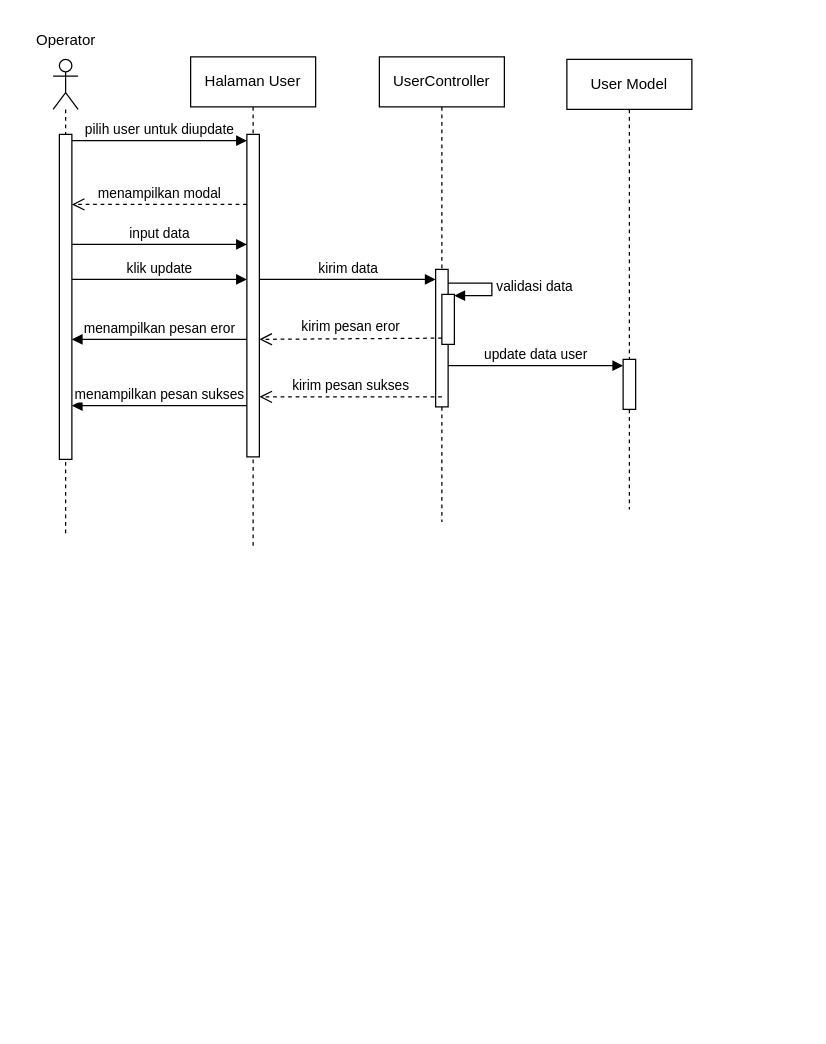
Before: page "Page-2" (2 of 6) of sequence diagram tambah data user.drawio in zzarr/Tugas-Akhir, a draw.io diagram. Source tidied: cells renumbered, new cells numbered last; positions are measured from the earlier drawing's top-left corner, leaving out a move shared by most shapes. Both pictures are drawn from the tidied source at 125%, with x=0, y=0 at pixel (21, 21).
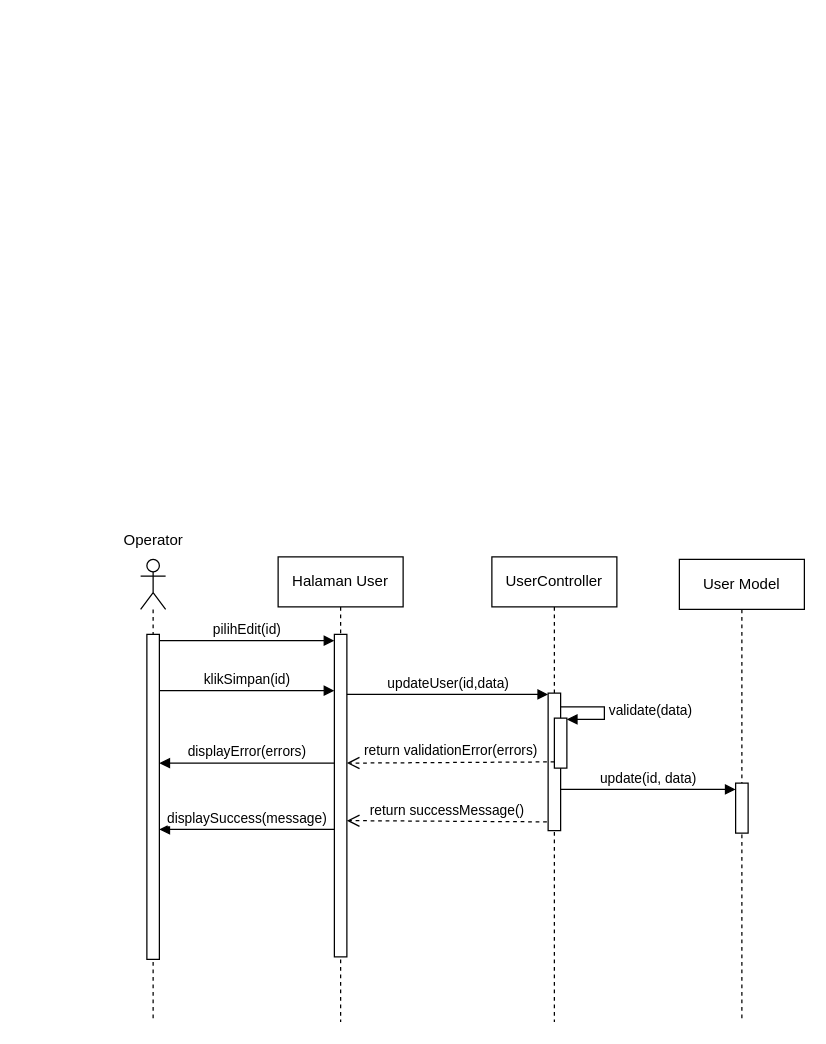
After the change.

The change refers to these unchanged cells:
```xml
<mxCell id="3" style="html=1;points=[[0,0,0,0,5],[0,1,0,0,-5],[1,0,0,0,5],[1,1,0,0,-5]];perimeter=orthogonalPerimeter;outlineConnect=0;targetShapes=umlLifeline;portConstraint=eastwest;newEdgeStyle={&quot;curved&quot;:0,&quot;rounded&quot;:0};" parent="2" vertex="1">
  <mxGeometry x="45" y="62" width="10" height="258" as="geometry" />
</mxCell>
```

Change to the diagram source:
```diff
@@
     <mxCell id="2" value="Halaman User" style="shape=umlLifeline;perimeter=lifelinePerimeter;whiteSpace=wrap;html=1;newEdgeStyle={&quot;edgeStyle&quot;:&quot;elbowEdgeStyle&quot;,&quot;elbow&quot;:&quot;vertical&quot;,&quot;curved&quot;:0,&quot;rounded&quot;:0};" parent="1" vertex="1">
-      <mxGeometry x="135" y="28" width="100" height="392" as="geometry" />
+      <mxGeometry x="205" y="428" width="100" height="372" as="geometry" />
     </mxCell>
@@
     <mxCell id="4" value="UserController" style="shape=umlLifeline;perimeter=lifelinePerimeter;whiteSpace=wrap;html=1;newEdgeStyle={&quot;edgeStyle&quot;:&quot;elbowEdgeStyle&quot;,&quot;elbow&quot;:&quot;vertical&quot;,&quot;curved&quot;:0,&quot;rounded&quot;:0};" parent="1" vertex="1">
-      <mxGeometry x="286" y="28" width="100" height="372" as="geometry" />
+      <mxGeometry x="376" y="428" width="100" height="372" as="geometry" />
     </mxCell>
-    <mxCell id="5" style="html=1;points=[];perimeter=orthogonalPerimeter;outlineConnect=0;targetShapes=umlLifeline;portConstraint=eastwest;newEdgeStyle={&quot;edgeStyle&quot;:&quot;elbowEdgeStyle&quot;,&quot;elbow&quot;:&quot;vertical&quot;,&quot;curved&quot;:0,&quot;rounded&quot;:0};" parent="4" vertex="1">
-      <mxGeometry x="45" y="170" width="10" height="110" as="geometry" />
-    </mxCell>
-    <mxCell id="6" style="html=1;points=[[0,0,0,0,5],[0,1,0,0,-5],[1,0,0,0,5],[1,1,0,0,-5]];perimeter=orthogonalPerimeter;outlineConnect=0;targetShapes=umlLifeline;portConstraint=eastwest;newEdgeStyle={&quot;curved&quot;:0,&quot;rounded&quot;:0};" parent="4" vertex="1">
-      <mxGeometry x="50" y="190" width="10" height="40" as="geometry" />
-    </mxCell>
-    <mxCell id="7" value="validasi data" style="html=1;align=left;spacingLeft=2;endArrow=block;rounded=0;edgeStyle=orthogonalEdgeStyle;curved=0;rounded=0;" parent="4" edge="1">
-      <mxGeometry relative="1" as="geometry">
-        <mxPoint x="55" y="181" as="sourcePoint" />
-        <mxPoint x="60" y="191" as="targetPoint" />
-        <Array as="points">
-          <mxPoint x="90" y="181" />
-          <mxPoint x="90" y="191" />
-        </Array>
-      </mxGeometry>
-    </mxCell>
-    <mxCell id="8" style="shape=umlLifeline;perimeter=lifelinePerimeter;whiteSpace=wrap;html=1;newEdgeStyle={&quot;curved&quot;:0,&quot;rounded&quot;:0};participant=umlActor;" parent="1" vertex="1">
-      <mxGeometry x="25" y="30" width="20" height="380" as="geometry" />
-    </mxCell>
+    <mxCell id="23" style="html=1;points=[];perimeter=orthogonalPerimeter;outlineConnect=0;targetShapes=umlLifeline;portConstraint=eastwest;newEdgeStyle={&quot;edgeStyle&quot;:&quot;elbowEdgeStyle&quot;,&quot;elbow&quot;:&quot;vertical&quot;,&quot;curved&quot;:0,&quot;rounded&quot;:0};" parent="4" vertex="1">
+      <mxGeometry x="45" y="109" width="10" height="110" as="geometry" />
+    </mxCell>
+    <mxCell id="24" style="html=1;points=[[0,0,0,0,5],[0,1,0,0,-5],[1,0,0,0,5],[1,1,0,0,-5]];perimeter=orthogonalPerimeter;outlineConnect=0;targetShapes=umlLifeline;portConstraint=eastwest;newEdgeStyle={&quot;curved&quot;:0,&quot;rounded&quot;:0};" parent="4" vertex="1">
+      <mxGeometry x="50" y="129" width="10" height="40" as="geometry" />
+    </mxCell>
+    <mxCell id="25" value="validate(data)" style="html=1;align=left;spacingLeft=2;endArrow=block;rounded=0;edgeStyle=orthogonalEdgeStyle;curved=0;rounded=0;" parent="4" edge="1">
+      <mxGeometry relative="1" as="geometry">
+        <mxPoint x="55" y="120" as="sourcePoint" />
+        <mxPoint x="60" y="130" as="targetPoint" />
+        <Array as="points">
+          <mxPoint x="90" y="120" />
+          <mxPoint x="90" y="130" />
+        </Array>
+      </mxGeometry>
+    </mxCell>
+    <mxCell id="26" style="shape=umlLifeline;perimeter=lifelinePerimeter;whiteSpace=wrap;html=1;newEdgeStyle={&quot;curved&quot;:0,&quot;rounded&quot;:0};participant=umlActor;" parent="1" vertex="1">
+      <mxGeometry x="95" y="430" width="20" height="370" as="geometry" />
+    </mxCell>
-    <mxCell id="9" style="html=1;points=[[0,0,0,0,5],[0,1,0,0,-5],[1,0,0,0,5],[1,1,0,0,-5]];perimeter=orthogonalPerimeter;outlineConnect=0;targetShapes=umlLifeline;portConstraint=eastwest;newEdgeStyle={&quot;curved&quot;:0,&quot;rounded&quot;:0};" parent="8" vertex="1">
+    <mxCell id="9" style="html=1;points=[[0,0,0,0,5],[0,1,0,0,-5],[1,0,0,0,5],[1,1,0,0,-5]];perimeter=orthogonalPerimeter;outlineConnect=0;targetShapes=umlLifeline;portConstraint=eastwest;newEdgeStyle={&quot;curved&quot;:0,&quot;rounded&quot;:0};" parent="26" vertex="1">
       <mxGeometry x="5" y="60" width="10" height="260" as="geometry" />
     </mxCell>
     <mxCell id="10" value="Operator" style="text;html=1;align=center;verticalAlign=middle;strokeColor=none;fillColor=none;" parent="1" vertex="1">
-      <mxGeometry width="70" height="30" as="geometry" />
+      <mxGeometry x="70" y="400" width="70" height="30" as="geometry" />
     </mxCell>
-    <mxCell id="11" value="pilih user untuk diupdate" style="html=1;verticalAlign=bottom;endArrow=block;curved=0;rounded=0;entryX=0;entryY=0;entryDx=0;entryDy=5;" parent="1" edge="1" source="9" target="3">
+    <mxCell id="11" value="pilihEdit(id)" style="html=1;verticalAlign=bottom;endArrow=block;curved=0;rounded=0;entryX=0;entryY=0;entryDx=0;entryDy=5;" parent="1" edge="1" source="9" target="3">
       <mxGeometry relative="1" as="geometry" />
     </mxCell>
-    <mxCell id="12" value="menampilkan modal" style="html=1;verticalAlign=bottom;endArrow=open;dashed=1;endSize=8;curved=0;rounded=0;exitX=0;exitY=1;exitDx=0;exitDy=-5;exitPerimeter=0;" parent="1" edge="1" target="9">
-      <mxGeometry relative="1" as="geometry">
-        <mxPoint x="180" y="146" as="sourcePoint" />
-      </mxGeometry>
-    </mxCell>
-    <mxCell id="13" value="input data" style="html=1;verticalAlign=bottom;endArrow=block;curved=0;rounded=0;" parent="1" edge="1" source="9">
-      <mxGeometry relative="1" as="geometry">
-        <mxPoint x="180" y="178" as="targetPoint" />
-      </mxGeometry>
-    </mxCell>
-    <mxCell id="14" value="klik update" style="html=1;verticalAlign=bottom;endArrow=block;curved=0;rounded=0;" parent="1" edge="1" source="9">
-      <mxGeometry relative="1" as="geometry">
-        <mxPoint x="180" y="206" as="targetPoint" />
-      </mxGeometry>
-    </mxCell>
-    <mxCell id="15" value="kirim data" style="html=1;verticalAlign=bottom;endArrow=block;curved=0;rounded=0;" parent="1" edge="1">
-      <mxGeometry relative="1" as="geometry">
-        <mxPoint x="190" y="206" as="sourcePoint" />
-        <mxPoint x="331" y="206" as="targetPoint" />
-      </mxGeometry>
-    </mxCell>
-    <mxCell id="16" value="kirim pesan eror" style="html=1;verticalAlign=bottom;endArrow=open;dashed=1;endSize=8;curved=0;rounded=0;exitX=0;exitY=1;exitDx=0;exitDy=-5;exitPerimeter=0;" parent="1" edge="1" source="6">
-      <mxGeometry relative="1" as="geometry">
-        <mxPoint x="190" y="254" as="targetPoint" />
-      </mxGeometry>
-    </mxCell>
-    <mxCell id="17" value="menampilkan pesan eror" style="html=1;verticalAlign=bottom;endArrow=block;curved=0;rounded=0;" parent="1" edge="1" target="9">
-      <mxGeometry relative="1" as="geometry">
-        <mxPoint x="180" y="254" as="sourcePoint" />
-      </mxGeometry>
-    </mxCell>
+    <mxCell id="27" value="klikSimpan(id)" style="html=1;verticalAlign=bottom;endArrow=block;curved=0;rounded=0;" parent="1" edge="1">
+      <mxGeometry relative="1" as="geometry">
+        <mxPoint x="110" y="535" as="sourcePoint" />
+        <mxPoint x="250" y="535" as="targetPoint" />
+      </mxGeometry>
+    </mxCell>
+    <mxCell id="28" value="updateUser(id,data)" style="html=1;verticalAlign=bottom;endArrow=block;curved=0;rounded=0;" parent="1" edge="1" target="23">
+      <mxGeometry relative="1" as="geometry">
+        <mxPoint x="260" y="538" as="sourcePoint" />
+      </mxGeometry>
+    </mxCell>
+    <mxCell id="29" value="return validationError(errors)" style="html=1;verticalAlign=bottom;endArrow=open;dashed=1;endSize=8;curved=0;rounded=0;exitX=0;exitY=1;exitDx=0;exitDy=-5;exitPerimeter=0;" parent="1" edge="1" source="24">
+      <mxGeometry relative="1" as="geometry">
+        <mxPoint x="260" y="593" as="targetPoint" />
+      </mxGeometry>
+    </mxCell>
+    <mxCell id="30" value="displayError(errors)" style="html=1;verticalAlign=bottom;endArrow=block;curved=0;rounded=0;" parent="1" edge="1">
+      <mxGeometry relative="1" as="geometry">
+        <mxPoint x="250" y="593" as="sourcePoint" />
+        <mxPoint x="110" y="593" as="targetPoint" />
+      </mxGeometry>
+    </mxCell>
     <mxCell id="18" value="User Model" style="shape=umlLifeline;perimeter=lifelinePerimeter;whiteSpace=wrap;html=1;newEdgeStyle={&quot;curved&quot;:0,&quot;rounded&quot;:0};" parent="1" vertex="1">
-      <mxGeometry x="436" y="30" width="100" height="360" as="geometry" />
+      <mxGeometry x="526" y="430" width="100" height="370" as="geometry" />
     </mxCell>
-    <mxCell id="19" style="html=1;points=[[0,0,0,0,5],[0,1,0,0,-5],[1,0,0,0,5],[1,1,0,0,-5]];perimeter=orthogonalPerimeter;outlineConnect=0;targetShapes=umlLifeline;portConstraint=eastwest;newEdgeStyle={&quot;curved&quot;:0,&quot;rounded&quot;:0};" parent="18" vertex="1">
-      <mxGeometry x="45" y="240" width="10" height="40" as="geometry" />
-    </mxCell>
-    <mxCell id="20" value="update data user" style="html=1;verticalAlign=bottom;endArrow=block;curved=0;rounded=0;entryX=0;entryY=0;entryDx=0;entryDy=5;entryPerimeter=0;" parent="1" edge="1" source="5" target="19">
-      <mxGeometry relative="1" as="geometry" />
-    </mxCell>
-    <mxCell id="21" value="kirim pesan sukses" style="html=1;verticalAlign=bottom;endArrow=open;dashed=1;endSize=8;curved=0;rounded=0;exitX=0.5;exitY=0.927;exitDx=0;exitDy=0;exitPerimeter=0;" parent="1" edge="1" source="5" target="3">
-      <mxGeometry relative="1" as="geometry" />
-    </mxCell>
-    <mxCell id="22" value="menampilkan pesan sukses" style="html=1;verticalAlign=bottom;endArrow=block;curved=0;rounded=0;" parent="1" edge="1" target="9">
-      <mxGeometry relative="1" as="geometry">
-        <mxPoint x="180" y="307" as="sourcePoint" />
-      </mxGeometry>
-    </mxCell>
+    <mxCell id="31" style="html=1;points=[[0,0,0,0,5],[0,1,0,0,-5],[1,0,0,0,5],[1,1,0,0,-5]];perimeter=orthogonalPerimeter;outlineConnect=0;targetShapes=umlLifeline;portConstraint=eastwest;newEdgeStyle={&quot;curved&quot;:0,&quot;rounded&quot;:0};" parent="18" vertex="1">
+      <mxGeometry x="45" y="179" width="10" height="40" as="geometry" />
+    </mxCell>
+    <mxCell id="32" value="update(id, data)" style="html=1;verticalAlign=bottom;endArrow=block;curved=0;rounded=0;entryX=0;entryY=0;entryDx=0;entryDy=5;entryPerimeter=0;" parent="1" edge="1" source="23" target="31">
+      <mxGeometry relative="1" as="geometry" />
+    </mxCell>
+    <mxCell id="33" value="return successMessage()" style="html=1;verticalAlign=bottom;endArrow=open;dashed=1;endSize=8;curved=0;rounded=0;" parent="1" edge="1">
+      <mxGeometry relative="1" as="geometry">
+        <mxPoint x="420" y="640" as="sourcePoint" />
+        <mxPoint x="260" y="639" as="targetPoint" />
+      </mxGeometry>
+    </mxCell>
+    <mxCell id="34" value="displaySuccess(message)" style="html=1;verticalAlign=bottom;endArrow=block;curved=0;rounded=0;" parent="1" edge="1">
+      <mxGeometry relative="1" as="geometry">
+        <mxPoint x="250" y="646" as="sourcePoint" />
+        <mxPoint x="110" y="646" as="targetPoint" />
+      </mxGeometry>
+    </mxCell>
```
